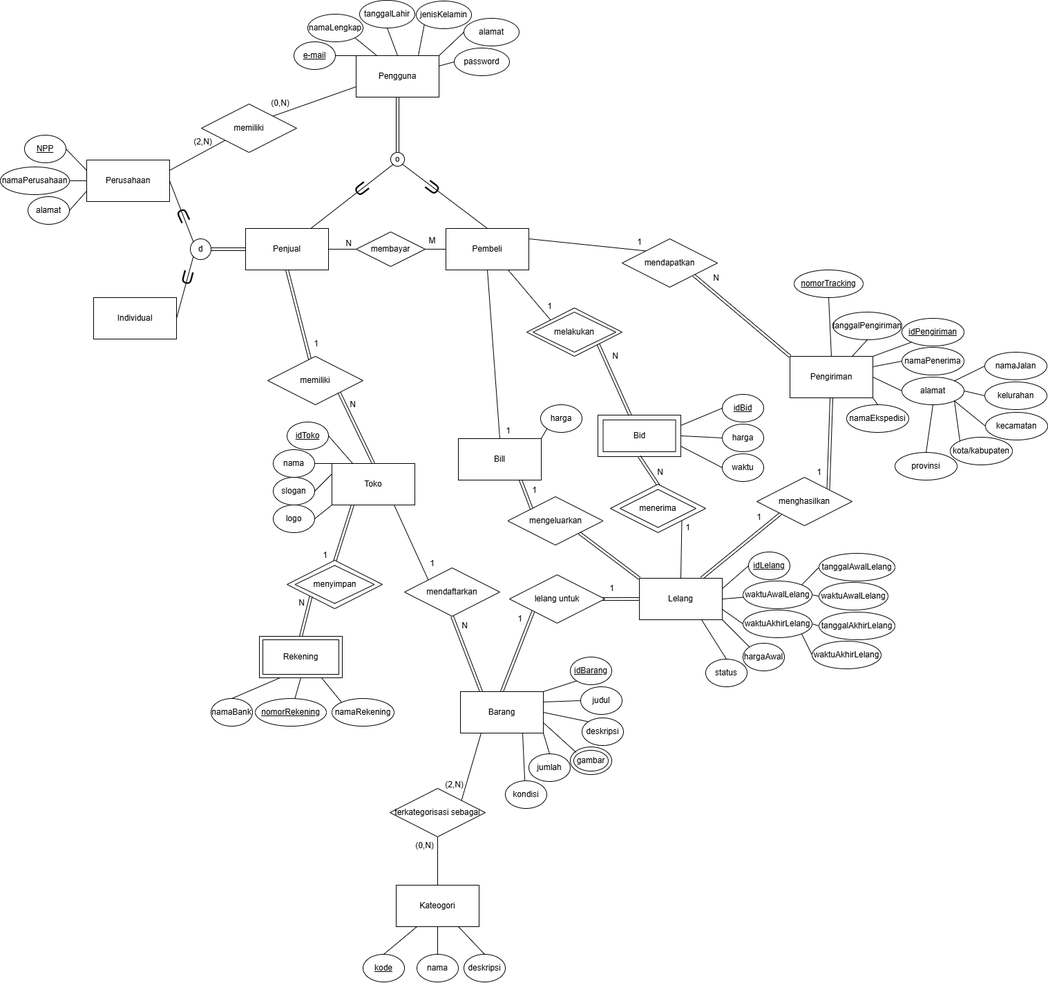
anthef/anthef keeps this draw.io diagram as ti1_basdat.drawio.png. Above is the earlier version. Source tidied: cells renumbered, new cells last; positions are measured from the earlier drawing's top-left corner, leaving out a move shared by most shapes.
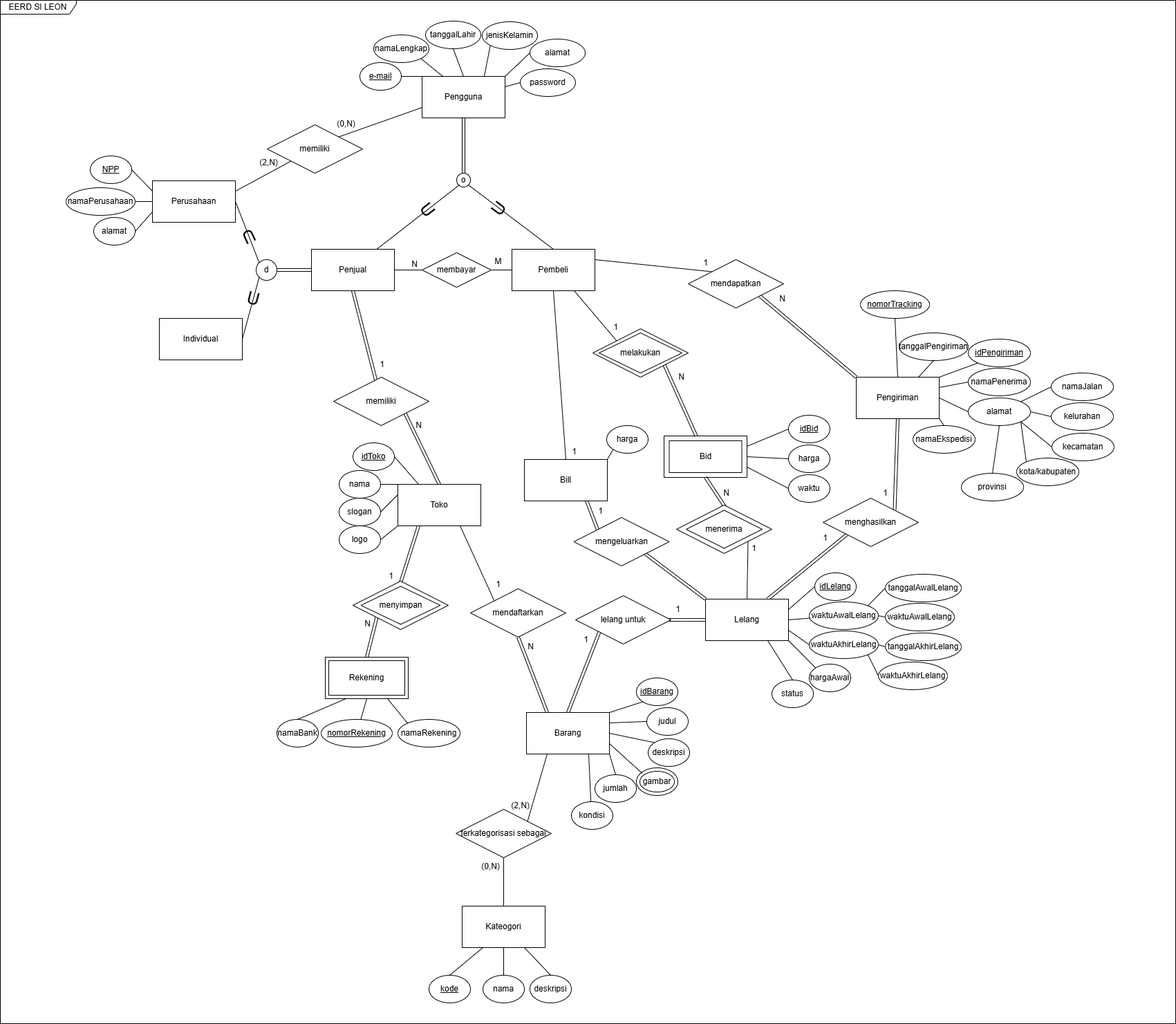
Later version of the same file.

Change to the diagram source:
```diff
@@ -586,5 +586,8 @@
     <mxCell id="194" value="1" style="text;html=1;align=center;verticalAlign=middle;strokeColor=none;fillColor=none;" parent="1" vertex="1">
       <mxGeometry x="720" y="608" width="30" height="30" as="geometry" />
     </mxCell>
+    <mxCell id="195" value="EERD SI LEON" style="shape=umlFrame;whiteSpace=wrap;html=1;width=110;height=20;" parent="1" vertex="1">
+      <mxGeometry x="-95" y="-30" width="1700" height="1480" as="geometry" />
+    </mxCell>
   </root>
 </mxGraphModel>
```
